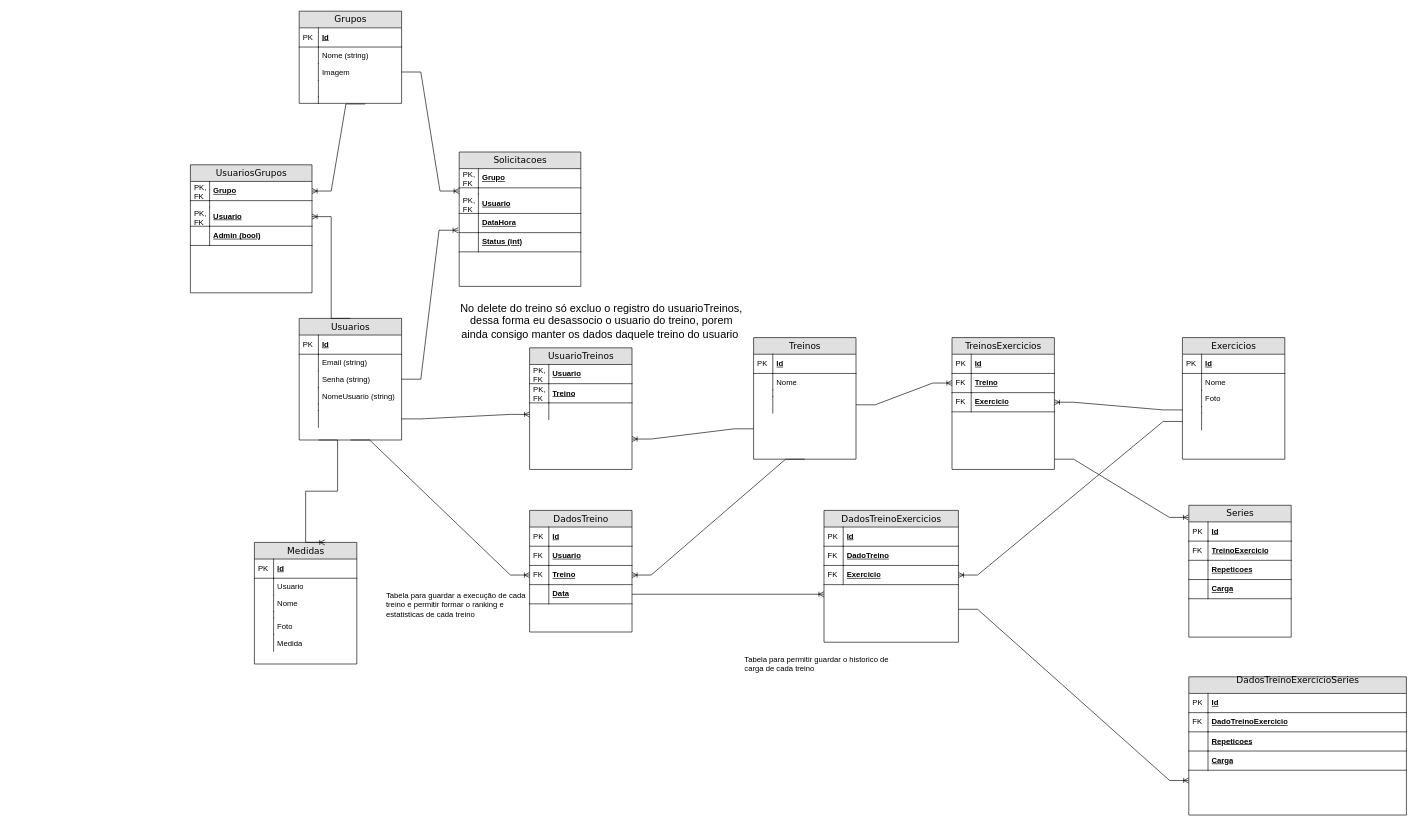
Above: DER.drawio in Antonio-Zago/AppTreinos (draw.io), before the change. Source tidied: cells renumbered, new cells numbered last; positions are measured from the earlier drawing's top-left corner, leaving out a move shared by most shapes. Both pictures are drawn from the tidied source at 64%, with x=0, y=0 at pixel (190, 11).
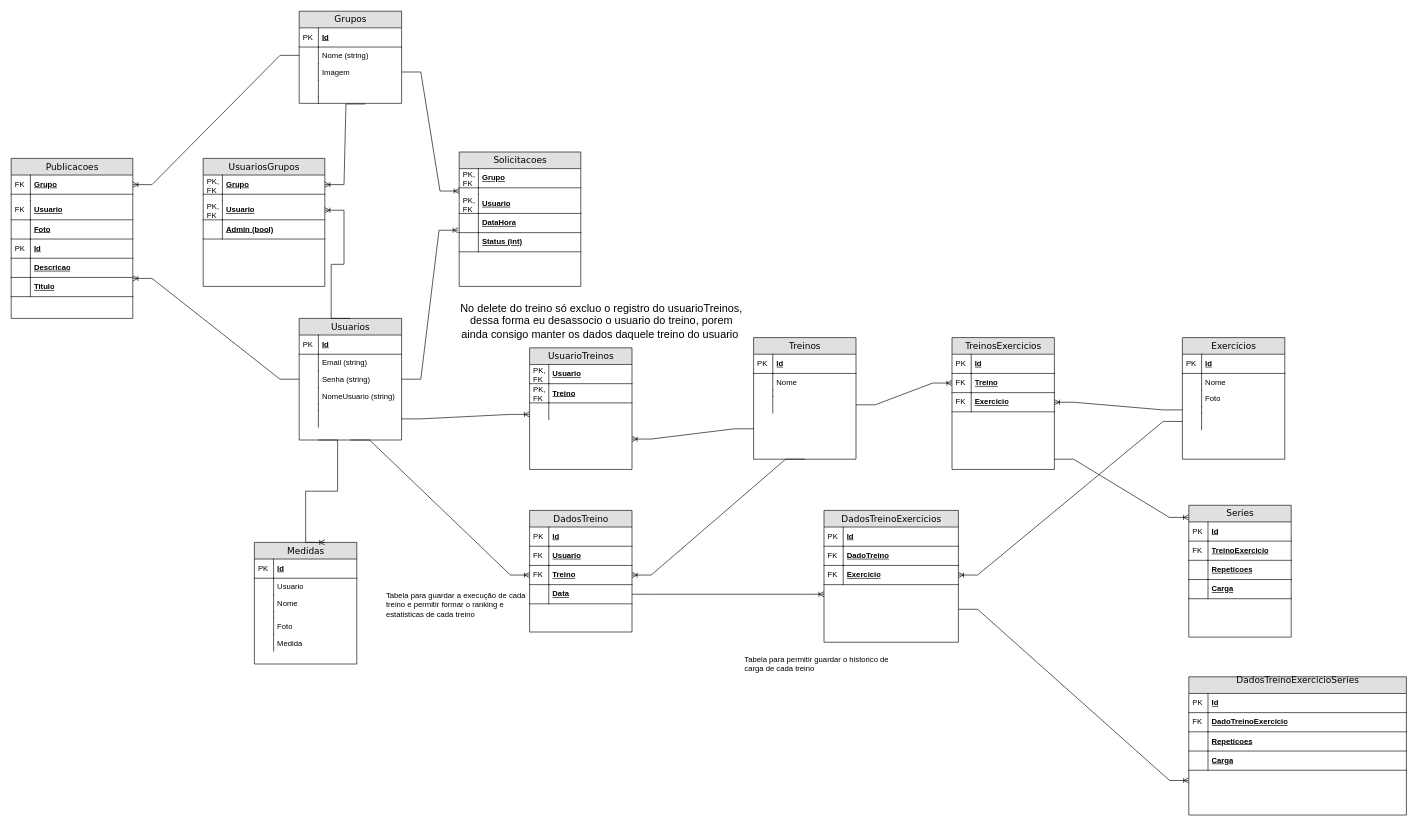
Above is the later version.

The change refers to these unchanged cells:
```xml
<mxCell id="7" value="Senha (string)" style="shape=partialRectangle;top=0;left=0;right=0;bottom=0;html=1;align=left;verticalAlign=top;fillColor=none;spacingLeft=34;spacingRight=4;whiteSpace=wrap;overflow=hidden;points=[[0,0.5],[1,0.5]];portConstraint=eastwest;" parent="2" vertex="1">
  <mxGeometry y="82" width="160" height="26" as="geometry" />
</mxCell>
<mxCell id="18" value="Nome (string)" style="shape=partialRectangle;top=0;left=0;right=0;bottom=0;html=1;align=left;verticalAlign=top;fillColor=none;spacingLeft=34;spacingRight=4;whiteSpace=wrap;overflow=hidden;points=[[0,0.5],[1,0.5]];portConstraint=eastwest;" parent="15" vertex="1">
  <mxGeometry y="56" width="160" height="26" as="geometry" />
</mxCell>
```

The edit, as a diff of the source:
```diff
@@
     <mxCell id="26" value="UsuariosGrupos" style="swimlane;html=1;fontStyle=0;horizontal=1;startSize=26;fillColor=#e0e0e0;swimlaneFillColor=#ffffff;align=center;rounded=0;shadow=0;comic=0;labelBackgroundColor=none;strokeWidth=1;fontFamily=Verdana;fontSize=14;" parent="1" vertex="1">
-      <mxGeometry y="240" width="190" height="200" as="geometry" />
+      <mxGeometry x="20" y="230" width="190" height="200" as="geometry" />
     </mxCell>
@@
+    <mxCell id="145" value="Publicacoes" style="swimlane;html=1;fontStyle=0;horizontal=1;startSize=26;fillColor=#e0e0e0;swimlaneFillColor=#ffffff;align=center;rounded=0;shadow=0;comic=0;labelBackgroundColor=none;strokeWidth=1;fontFamily=Verdana;fontSize=14;" parent="1" vertex="1">
+      <mxGeometry x="-280" y="230" width="190" height="250" as="geometry" />
+    </mxCell>
+    <mxCell id="146" value="Grupo" style="shape=partialRectangle;top=0;left=0;right=0;bottom=1;html=1;align=left;verticalAlign=middle;fillColor=none;spacingLeft=34;spacingRight=4;whiteSpace=wrap;overflow=hidden;points=[[0,0.5],[1,0.5]];portConstraint=eastwest;fontStyle=5;" parent="145" vertex="1">
+      <mxGeometry y="26" width="190" height="30" as="geometry" />
+    </mxCell>
+    <mxCell id="147" value="FK" style="shape=partialRectangle;top=0;left=0;bottom=0;html=1;fillColor=none;align=left;verticalAlign=middle;spacingLeft=4;spacingRight=4;whiteSpace=wrap;overflow=hidden;" parent="146" vertex="1">
+      <mxGeometry width="30" height="30" as="geometry" />
+    </mxCell>
+    <mxCell id="148" style="shape=partialRectangle;top=0;left=0;right=0;bottom=0;html=1;align=left;verticalAlign=top;fillColor=none;spacingLeft=34;spacingRight=4;whiteSpace=wrap;overflow=hidden;" parent="145" vertex="1">
+      <mxGeometry y="56" width="190" height="10" as="geometry" />
+    </mxCell>
+    <mxCell id="149" style="shape=partialRectangle;top=0;left=0;bottom=0;html=1;fillColor=none;align=left;verticalAlign=top;spacingLeft=4;spacingRight=4;whiteSpace=wrap;overflow=hidden;" parent="148" vertex="1">
+      <mxGeometry width="30" height="10" as="geometry" />
+    </mxCell>
+    <mxCell id="150" value="Usuario" style="shape=partialRectangle;top=0;left=0;right=0;bottom=1;html=1;align=left;verticalAlign=middle;fillColor=none;spacingLeft=34;spacingRight=4;whiteSpace=wrap;overflow=hidden;fontStyle=5;" parent="145" vertex="1">
+      <mxGeometry y="66" width="190" height="30" as="geometry" />
+    </mxCell>
+    <mxCell id="151" value="FK" style="shape=partialRectangle;top=0;left=0;bottom=0;html=1;fillColor=none;align=left;verticalAlign=middle;spacingLeft=4;spacingRight=4;whiteSpace=wrap;overflow=hidden;" parent="150" vertex="1">
+      <mxGeometry width="30" height="30" as="geometry" />
+    </mxCell>
+    <mxCell id="152" value="Foto" style="shape=partialRectangle;top=0;left=0;right=0;bottom=1;html=1;align=left;verticalAlign=middle;fillColor=none;spacingLeft=34;spacingRight=4;whiteSpace=wrap;overflow=hidden;fontStyle=5;" parent="145" vertex="1">
+      <mxGeometry y="96" width="190" height="30" as="geometry" />
+    </mxCell>
+    <mxCell id="153" style="shape=partialRectangle;top=0;left=0;bottom=0;html=1;fillColor=none;align=left;verticalAlign=middle;spacingLeft=4;spacingRight=4;whiteSpace=wrap;overflow=hidden;" parent="152" vertex="1">
+      <mxGeometry width="30" height="30" as="geometry" />
+    </mxCell>
+    <mxCell id="154" value="Id" style="shape=partialRectangle;top=0;left=0;right=0;bottom=1;html=1;align=left;verticalAlign=middle;fillColor=none;spacingLeft=34;spacingRight=4;whiteSpace=wrap;overflow=hidden;fontStyle=5;" parent="145" vertex="1">
+      <mxGeometry y="126" width="190" height="30" as="geometry" />
+    </mxCell>
+    <mxCell id="155" value="PK" style="shape=partialRectangle;top=0;left=0;bottom=0;html=1;fillColor=none;align=left;verticalAlign=middle;spacingLeft=4;spacingRight=4;whiteSpace=wrap;overflow=hidden;" parent="154" vertex="1">
+      <mxGeometry width="30" height="30" as="geometry" />
+    </mxCell>
+    <mxCell id="156" value="Descricao" style="shape=partialRectangle;top=0;left=0;right=0;bottom=1;html=1;align=left;verticalAlign=middle;fillColor=none;spacingLeft=34;spacingRight=4;whiteSpace=wrap;overflow=hidden;fontStyle=5;" parent="145" vertex="1">
+      <mxGeometry y="156" width="190" height="30" as="geometry" />
+    </mxCell>
+    <mxCell id="157" style="shape=partialRectangle;top=0;left=0;bottom=0;html=1;fillColor=none;align=left;verticalAlign=middle;spacingLeft=4;spacingRight=4;whiteSpace=wrap;overflow=hidden;" parent="156" vertex="1">
+      <mxGeometry width="30" height="30" as="geometry" />
+    </mxCell>
+    <mxCell id="158" value="Titulo" style="shape=partialRectangle;top=0;left=0;right=0;bottom=1;html=1;align=left;verticalAlign=middle;fillColor=none;spacingLeft=34;spacingRight=4;whiteSpace=wrap;overflow=hidden;fontStyle=5;" parent="145" vertex="1">
+      <mxGeometry y="186" width="190" height="30" as="geometry" />
+    </mxCell>
+    <mxCell id="159" style="shape=partialRectangle;top=0;left=0;bottom=0;html=1;fillColor=none;align=left;verticalAlign=middle;spacingLeft=4;spacingRight=4;whiteSpace=wrap;overflow=hidden;" parent="158" vertex="1">
+      <mxGeometry width="30" height="30" as="geometry" />
+    </mxCell>
+    <mxCell id="160" style="edgeStyle=entityRelationEdgeStyle;fontSize=12;html=1;endArrow=ERoneToMany;rounded=0;exitX=0;exitY=0.5;exitDx=0;exitDy=0;entryX=1;entryY=0.75;entryDx=0;entryDy=0;" parent="1" edge="1" source="7" target="145">
+      <mxGeometry relative="1" as="geometry" />
+    </mxCell>
+    <mxCell id="161" style="edgeStyle=entityRelationEdgeStyle;fontSize=12;html=1;endArrow=ERoneToMany;rounded=0;exitX=0;exitY=0.5;exitDx=0;exitDy=0;entryX=1;entryY=0.5;entryDx=0;entryDy=0;" parent="1" edge="1" source="18" target="146">
+      <mxGeometry relative="1" as="geometry" />
+    </mxCell>
```
